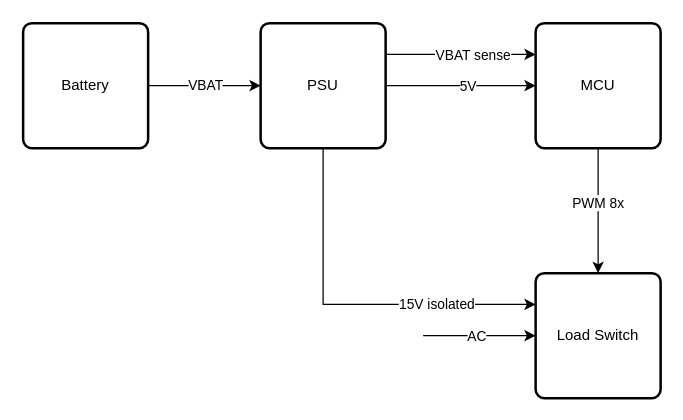
Earlier version of the draw.io diagram drawio/87s Boards.drawio (nicholasnloehrke/87s_research). Source tidied: cells renumbered, new cells numbered last; positions are measured from the earlier drawing's top-left corner, leaving out a move shared by most shapes. Both pictures are drawn from the tidied source at 125%, with x=0, y=0 at pixel (22, 22).
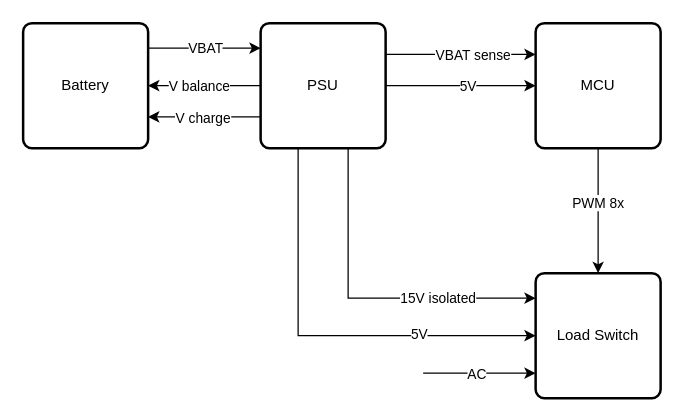
After the change.

The change refers to these unchanged cells:
```xml
<mxCell id="11" value="PSU" style="rounded=1;whiteSpace=wrap;html=1;absoluteArcSize=1;arcSize=14;strokeWidth=2;" parent="1" vertex="1">
  <mxGeometry x="190" width="100" height="100" as="geometry" />
</mxCell>
<mxCell id="14" value="Load Switch" style="rounded=1;whiteSpace=wrap;html=1;absoluteArcSize=1;arcSize=14;strokeWidth=2;" parent="1" vertex="1">
  <mxGeometry x="410" y="200" width="100" height="100" as="geometry" />
</mxCell>
<mxCell id="17" value="Battery" style="rounded=1;whiteSpace=wrap;html=1;absoluteArcSize=1;arcSize=14;strokeWidth=2;" parent="1" vertex="1">
  <mxGeometry width="100" height="100" as="geometry" />
</mxCell>
```

The edit, as a diff of the source:
```diff
@@
-    <mxCell id="9" style="edgeStyle=orthogonalEdgeStyle;rounded=0;jettySize=auto;html=1;exitX=0.5;exitY=1;exitDx=0;exitDy=0;entryX=0;entryY=0.25;entryDx=0;entryDy=0;" parent="1" edge="1" source="11" target="14">
-      <mxGeometry relative="1" as="geometry" />
+    <mxCell id="9" style="edgeStyle=orthogonalEdgeStyle;rounded=0;jettySize=auto;html=1;exitX=0.5;exitY=1;exitDx=0;exitDy=0;" parent="1" edge="1" source="11" target="14">
+      <mxGeometry relative="1" as="geometry">
+        <Array as="points">
+          <mxPoint x="260" y="100" />
+          <mxPoint x="260" y="220" />
+        </Array>
+      </mxGeometry>
     </mxCell>
@@
+    <mxCell id="18" style="edgeStyle=orthogonalEdgeStyle;rounded=0;jettySize=auto;html=1;exitX=0;exitY=0.75;exitDx=0;exitDy=0;entryX=1;entryY=0.75;entryDx=0;entryDy=0;" parent="1" edge="1" source="11" target="17">
+      <mxGeometry relative="1" as="geometry" />
+    </mxCell>
+    <mxCell id="19" value="V charge" style="edgeLabel;html=1;align=center;verticalAlign=middle;" parent="18" vertex="1">
+      <mxGeometry x="0.04" relative="1" as="geometry" />
+    </mxCell>
+    <mxCell id="20" style="edgeStyle=orthogonalEdgeStyle;rounded=0;jettySize=auto;html=1;entryX=1;entryY=0.5;entryDx=0;entryDy=0;" parent="1" edge="1" source="11" target="17">
+      <mxGeometry relative="1" as="geometry" />
+    </mxCell>
+    <mxCell id="21" value="V balance" style="edgeLabel;html=1;align=center;verticalAlign=middle;" parent="20" vertex="1">
+      <mxGeometry x="0.1" relative="1" as="geometry" />
+    </mxCell>
@@
-    <mxCell id="12" style="edgeStyle=orthogonalEdgeStyle;rounded=0;jettySize=auto;html=1;flowAnimation=0;shadow=0;entryX=0;entryY=0.5;entryDx=0;entryDy=0;" parent="1" edge="1" target="14">
+    <mxCell id="12" style="edgeStyle=orthogonalEdgeStyle;rounded=0;orthogonalLoop=1;jettySize=auto;html=1;flowAnimation=0;shadow=0;entryX=0;entryY=0.5;entryDx=0;entryDy=0;" parent="1" edge="1">
       <mxGeometry relative="1" as="geometry">
-        <mxPoint x="320" y="250" as="sourcePoint" />
+        <mxPoint x="320" y="280" as="sourcePoint" />
+        <mxPoint x="410" y="280" as="targetPoint" />
         <Array as="points">
-          <mxPoint x="370" y="250" />
-          <mxPoint x="370" y="250" />
+          <mxPoint x="370" y="280" />
+          <mxPoint x="370" y="280" />
         </Array>
       </mxGeometry>
     </mxCell>
@@
-    <mxCell id="15" style="edgeStyle=orthogonalEdgeStyle;rounded=0;jettySize=auto;html=1;entryX=0;entryY=0.5;entryDx=0;entryDy=0;endArrow=classic;endFill=1;" parent="1" edge="1" source="17" target="11">
-      <mxGeometry relative="1" as="geometry" />
+    <mxCell id="15" style="edgeStyle=orthogonalEdgeStyle;rounded=0;orthogonalLoop=1;jettySize=auto;html=1;entryX=0;entryY=0.5;entryDx=0;entryDy=0;endArrow=classic;endFill=1;" parent="1" edge="1">
+      <mxGeometry relative="1" as="geometry">
+        <mxPoint x="100" y="20" as="sourcePoint" />
+        <mxPoint x="190" y="20" as="targetPoint" />
+      </mxGeometry>
     </mxCell>
@@
+    <mxCell id="22" style="edgeStyle=orthogonalEdgeStyle;rounded=0;orthogonalLoop=1;jettySize=auto;html=1;entryX=0;entryY=0.6;entryDx=0;entryDy=0;entryPerimeter=0;" parent="1" edge="1">
+      <mxGeometry relative="1" as="geometry">
+        <mxPoint x="230" y="100" as="sourcePoint" />
+        <mxPoint x="410" y="250" as="targetPoint" />
+        <Array as="points">
+          <mxPoint x="220" y="100" />
+          <mxPoint x="220" y="250" />
+        </Array>
+      </mxGeometry>
+    </mxCell>
+    <mxCell id="23" value="5V" style="edgeLabel;html=1;align=center;verticalAlign=middle;" parent="22" vertex="1">
+      <mxGeometry x="0.34" y="2" relative="1" as="geometry">
+        <mxPoint x="21" as="offset" />
+      </mxGeometry>
+    </mxCell>
```
